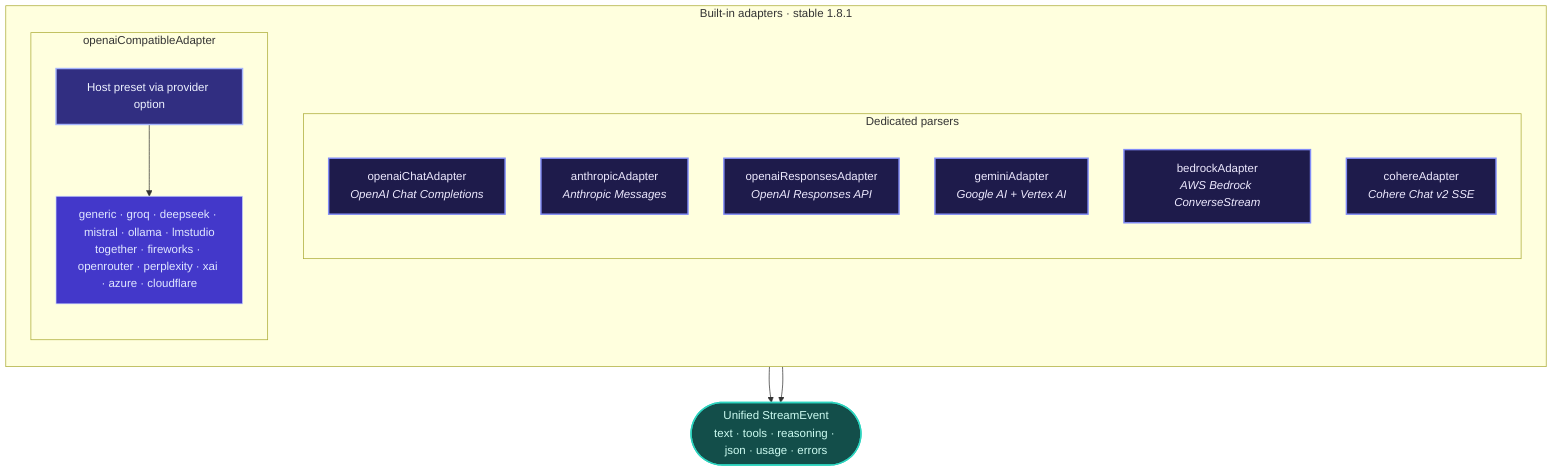
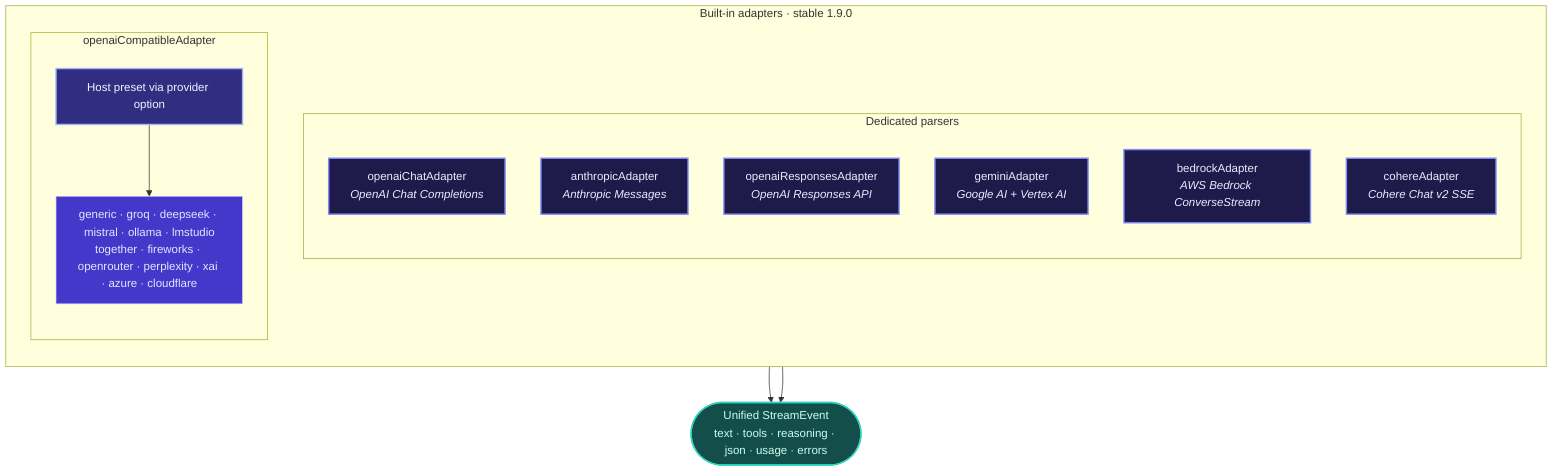
flowchart TB
- 	subgraph BUILTIN["Built-in adapters · stable 1.8.1"]
+ 	subgraph BUILTIN["Built-in adapters · stable 1.9.0"]
		direction TB

		subgraph DEDICATED["Dedicated parsers"]
			direction TB
			AC["openaiChatAdapter<br/><i>OpenAI Chat Completions</i>"]
			AA["anthropicAdapter<br/><i>Anthropic Messages</i>"]
			AR["openaiResponsesAdapter<br/><i>OpenAI Responses API</i>"]
			AG["geminiAdapter<br/><i>Google AI + Vertex AI</i>"]
			AB["bedrockAdapter<br/><i>AWS Bedrock ConverseStream</i>"]
			ACO["cohereAdapter<br/><i>Cohere Chat v2 SSE</i>"]
		end

		subgraph COMPAT["openaiCompatibleAdapter"]
			direction TB
			AO["Host preset via provider option"]
			PRESETS["generic · groq · deepseek · mistral · ollama · lmstudio<br/>together · fireworks · openrouter · perplexity · xai · azure · cloudflare"]
			AO --> PRESETS
		end
	end

	UNIFIED(["Unified StreamEvent<br/>text · tools · reasoning · json · usage · errors"])

	DEDICATED --> UNIFIED
	COMPAT --> UNIFIED

	classDef dedicated fill:#1e1b4b,stroke:#818cf8,stroke-width:2px,color:#ede9fe
	classDef compat fill:#312e81,stroke:#a5b4fc,stroke-width:2px,color:#eef2ff
	classDef presets fill:#4338ca,stroke:#c7d2fe,stroke-width:1px,color:#e0e7ff
	classDef out fill:#134e4a,stroke:#2dd4bf,stroke-width:2px,color:#ccfbf1

	class AC,AA,AR,AG,AB,ACO dedicated
	class AO compat
	class PRESETS presets
	class UNIFIED out
